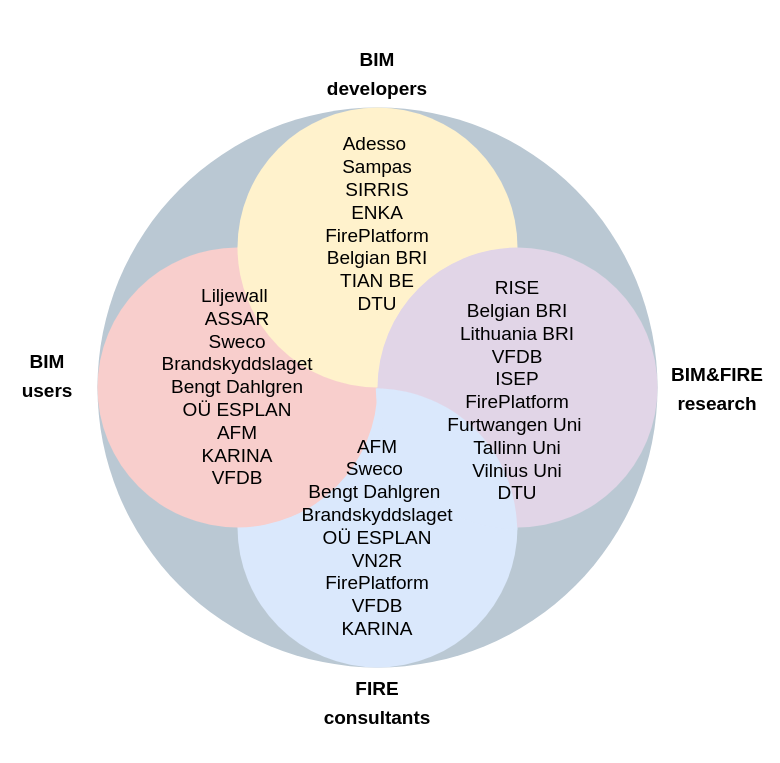
Above: diagram/Partners.drawio in Kristoffernegendahl/fireBIM (draw.io), before the change. Source tidied: cells renumbered, new cells numbered last; positions are measured from the earlier drawing's top-left corner, leaving out a move shared by most shapes. Both pictures are drawn from the tidied source at 100%, with x=0, y=0 at pixel (17, 57).
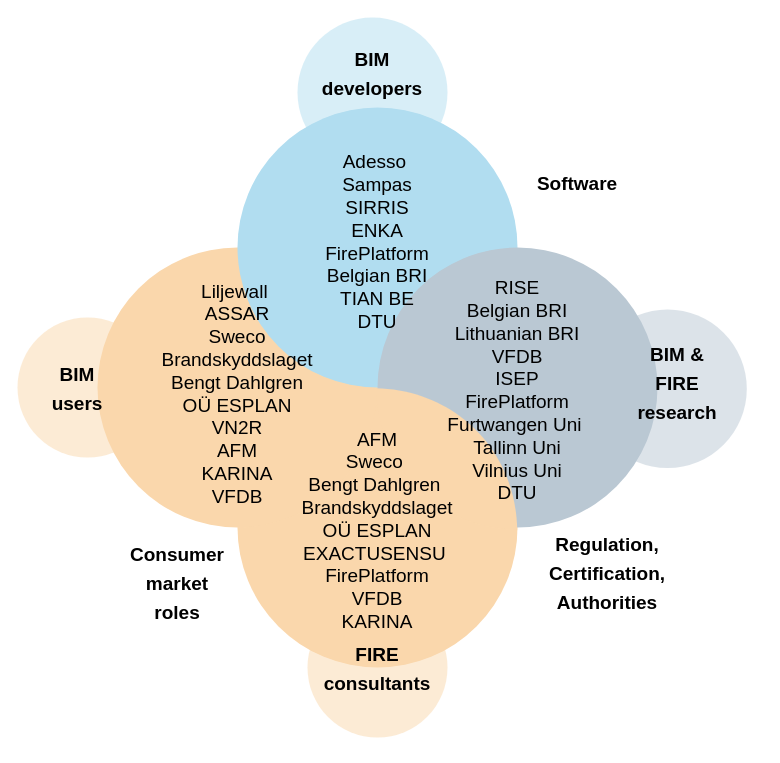
After the change.

What changed in the source:
```diff
@@
-    <mxCell id="2" style="ellipse;whiteSpace=wrap;html=1;fontSize=19;fillColor=#bac8d3;strokeColor=none;" parent="1" vertex="1">
-      <mxGeometry x="80" y="50" width="560" height="560" as="geometry" />
-    </mxCell>
+    <mxCell id="16" style="ellipse;whiteSpace=wrap;html=1;fontSize=19;strokeColor=none;fillColor=#fad7ac;gradientDirection=north;opacity=50;" parent="1" vertex="1">
+      <mxGeometry x="290" y="540" width="140" height="140" as="geometry" />
+    </mxCell>
+    <mxCell id="17" style="ellipse;whiteSpace=wrap;html=1;fontSize=19;strokeColor=none;fillColor=#b1ddf0;gradientDirection=north;opacity=50;" parent="1" vertex="1">
+      <mxGeometry x="280" y="-40" width="150" height="150" as="geometry" />
+    </mxCell>
+    <mxCell id="18" style="ellipse;whiteSpace=wrap;html=1;fontSize=19;strokeColor=none;fillColor=#fad7ac;gradientDirection=north;opacity=50;" parent="1" vertex="1">
+      <mxGeometry y="260" width="140" height="140" as="geometry" />
+    </mxCell>
+    <mxCell id="19" style="ellipse;whiteSpace=wrap;html=1;fontSize=19;strokeColor=none;fillColor=#bac8d3;gradientColor=none;gradientDirection=north;opacity=50;" parent="1" vertex="1">
+      <mxGeometry x="570.8" y="252" width="158.5" height="158.5" as="geometry" />
+    </mxCell>
-    <mxCell id="3" style="ellipse;whiteSpace=wrap;html=1;fillColor=#dae8fc;strokeColor=none;" parent="1" vertex="1">
+    <mxCell id="3" style="ellipse;whiteSpace=wrap;html=1;fillColor=#fad7ac;strokeColor=none;" parent="1" vertex="1">
       <mxGeometry x="220" y="330" width="280" height="280" as="geometry" />
     </mxCell>
-    <mxCell id="4" style="ellipse;whiteSpace=wrap;html=1;fillColor=#f8cecc;strokeColor=none;" parent="1" vertex="1">
+    <mxCell id="4" style="ellipse;whiteSpace=wrap;html=1;fillColor=#fad7ac;strokeColor=none;" parent="1" vertex="1">
       <mxGeometry x="80" y="190" width="280" height="280" as="geometry" />
     </mxCell>
-    <mxCell id="5" style="ellipse;whiteSpace=wrap;html=1;fillColor=#fff2cc;strokeColor=none;" parent="1" vertex="1">
+    <mxCell id="5" style="ellipse;whiteSpace=wrap;html=1;fillColor=#B1DDF0;strokeColor=none;" parent="1" vertex="1">
       <mxGeometry x="220" y="50" width="280" height="280" as="geometry" />
     </mxCell>
-    <mxCell id="6" style="ellipse;whiteSpace=wrap;html=1;fillColor=#e1d5e7;strokeColor=none;" parent="1" vertex="1">
+    <mxCell id="6" style="ellipse;whiteSpace=wrap;html=1;fillColor=#bac8d3;strokeColor=none;" parent="1" vertex="1">
       <mxGeometry x="360" y="190" width="280" height="280" as="geometry" />
     </mxCell>
-    <mxCell id="7" style="whiteSpace=wrap;html=1;shape=mxgraph.basic.pointed_oval;rotation=-45;strokeColor=none;fillColor=#dae8fc;" parent="1" vertex="1">
+    <mxCell id="7" style="whiteSpace=wrap;html=1;shape=mxgraph.basic.pointed_oval;rotation=-45;strokeColor=none;fillColor=#fad7ac;" parent="1" vertex="1">
       <mxGeometry x="374" y="301.5" width="110" height="200" as="geometry" />
     </mxCell>
     <mxCell id="8" value="&lt;h1&gt;&lt;font style=&quot;font-size: 19px&quot;&gt;BIM developers&lt;/font&gt;&lt;/h1&gt;" style="text;html=1;strokeColor=none;fillColor=none;align=center;verticalAlign=middle;whiteSpace=wrap;rounded=0;" parent="1" vertex="1">
-      <mxGeometry x="330" width="60" height="30" as="geometry" />
+      <mxGeometry x="325" width="60" height="30" as="geometry" />
     </mxCell>
     <mxCell id="9" value="&lt;h1&gt;&lt;font style=&quot;font-size: 19px&quot;&gt;FIRE consultants&lt;/font&gt;&lt;/h1&gt;" style="text;html=1;strokeColor=none;fillColor=none;align=center;verticalAlign=middle;whiteSpace=wrap;rounded=0;" parent="1" vertex="1">
-      <mxGeometry x="330" y="629" width="60" height="30" as="geometry" />
+      <mxGeometry x="330" y="595" width="60" height="30" as="geometry" />
     </mxCell>
-    <mxCell id="10" value="&lt;h1&gt;&lt;font style=&quot;font-size: 19px&quot;&gt;BIM&amp;amp;FIRE research&lt;/font&gt;&lt;/h1&gt;" style="text;html=1;strokeColor=none;fillColor=none;align=center;verticalAlign=middle;whiteSpace=wrap;rounded=0;" parent="1" vertex="1">
-      <mxGeometry x="670" y="315" width="60" height="30" as="geometry" />
+    <mxCell id="10" value="&lt;h1&gt;&lt;font style=&quot;font-size: 19px&quot;&gt;BIM &amp;amp; FIRE research&lt;/font&gt;&lt;/h1&gt;" style="text;html=1;strokeColor=none;fillColor=none;align=center;verticalAlign=middle;whiteSpace=wrap;rounded=0;" parent="1" vertex="1">
+      <mxGeometry x="630" y="310" width="60" height="30" as="geometry" />
     </mxCell>
     <mxCell id="11" value="&lt;h1&gt;&lt;font style=&quot;font-size: 19px&quot;&gt;BIM users&lt;/font&gt;&lt;/h1&gt;" style="text;html=1;strokeColor=none;fillColor=none;align=center;verticalAlign=middle;whiteSpace=wrap;rounded=0;" parent="1" vertex="1">
-      <mxGeometry y="301.5" width="60" height="30" as="geometry" />
+      <mxGeometry x="30" y="315" width="60" height="30" as="geometry" />
     </mxCell>
     <mxCell id="12" value="&lt;div&gt;Adesso&amp;nbsp;&lt;/div&gt;&lt;div&gt;Sampas&lt;/div&gt;&lt;div&gt;SIRRIS&lt;/div&gt;&lt;div&gt;&lt;span&gt;ENKA&lt;/span&gt;&lt;/div&gt;&lt;div&gt;FirePlatform&lt;/div&gt;&lt;div&gt;&lt;div&gt;&lt;span&gt;Belgian BRI&lt;/span&gt;&lt;br&gt;&lt;/div&gt;&lt;div&gt;&lt;span&gt;TIAN BE&lt;/span&gt;&lt;/div&gt;&lt;/div&gt;&lt;div&gt;&lt;span&gt;DTU&lt;/span&gt;&lt;/div&gt;" style="text;html=1;strokeColor=none;fillColor=none;align=center;verticalAlign=middle;whiteSpace=wrap;rounded=0;fontSize=19;" parent="1" vertex="1">
-      <mxGeometry x="270" y="82" width="180" height="170" as="geometry" />
+      <mxGeometry x="270" y="100" width="180" height="170" as="geometry" />
     </mxCell>
-    <mxCell id="13" value="RISE&lt;div&gt;&lt;span&gt;Belgian BRI&lt;/span&gt;&lt;br&gt;&lt;/div&gt;&lt;div&gt;Lithuania BRI&lt;span&gt;&lt;br&gt;&lt;/span&gt;&lt;/div&gt;&lt;div&gt;&lt;span&gt;VFDB&lt;/span&gt;&lt;/div&gt;&lt;div&gt;ISEP&lt;/div&gt;&lt;div&gt;&lt;span&gt;FirePlatform&lt;/span&gt;&lt;/div&gt;Furtwangen Uni&lt;span&gt;&amp;nbsp;&lt;/span&gt;&lt;br&gt;&lt;div&gt;Tallinn Uni&lt;/div&gt;&lt;div&gt;&lt;span&gt;Vilnius Uni&lt;/span&gt;&lt;br&gt;&lt;/div&gt;&lt;div&gt;DTU&lt;/div&gt;&lt;div&gt;&lt;span&gt;&lt;br&gt;&lt;/span&gt;&lt;/div&gt;" style="text;html=1;strokeColor=none;fillColor=none;align=center;verticalAlign=middle;whiteSpace=wrap;rounded=0;fontSize=19;" parent="1" vertex="1">
+    <mxCell id="13" value="RISE&lt;div&gt;&lt;span&gt;Belgian BRI&lt;/span&gt;&lt;br&gt;&lt;/div&gt;&lt;div&gt;Lithuanian BRI&lt;span&gt;&lt;br&gt;&lt;/span&gt;&lt;/div&gt;&lt;div&gt;&lt;span&gt;VFDB&lt;/span&gt;&lt;/div&gt;&lt;div&gt;ISEP&lt;/div&gt;&lt;div&gt;&lt;span&gt;FirePlatform&lt;/span&gt;&lt;/div&gt;Furtwangen Uni&lt;span&gt;&amp;nbsp;&lt;/span&gt;&lt;br&gt;&lt;div&gt;Tallinn Uni&lt;/div&gt;&lt;div&gt;&lt;span&gt;Vilnius Uni&lt;/span&gt;&lt;br&gt;&lt;/div&gt;&lt;div&gt;DTU&lt;/div&gt;&lt;div&gt;&lt;span&gt;&lt;br&gt;&lt;/span&gt;&lt;/div&gt;" style="text;html=1;strokeColor=none;fillColor=none;align=center;verticalAlign=middle;whiteSpace=wrap;rounded=0;fontSize=19;" parent="1" vertex="1">
       <mxGeometry x="410" y="260" width="180" height="170" as="geometry" />
     </mxCell>
-    <mxCell id="14" value="&lt;div&gt;AFM&lt;/div&gt;&lt;div&gt;Sweco&amp;nbsp;&lt;/div&gt;&lt;div&gt;Bengt Dahlgren&amp;nbsp;&lt;/div&gt;&lt;div&gt;Brandskyddslaget&lt;/div&gt;&lt;div&gt;&lt;span&gt;OÜ ESPLAN&lt;/span&gt;&lt;/div&gt;&lt;div&gt;VN2R&lt;/div&gt;&lt;div&gt;FirePlatform&lt;/div&gt;&lt;div&gt;VFDB&lt;/div&gt;&lt;div&gt;KARINA&lt;br&gt;&lt;/div&gt;&lt;div&gt;&lt;br&gt;&lt;/div&gt;" style="text;html=1;strokeColor=none;fillColor=none;align=center;verticalAlign=middle;whiteSpace=wrap;rounded=0;fontSize=19;" parent="1" vertex="1">
-      <mxGeometry x="270" y="407" width="180" height="170" as="geometry" />
+    <mxCell id="14" value="&lt;div&gt;AFM&lt;/div&gt;&lt;div&gt;Sweco&amp;nbsp;&lt;/div&gt;&lt;div&gt;Bengt Dahlgren&amp;nbsp;&lt;/div&gt;&lt;div&gt;Brandskyddslaget&lt;/div&gt;&lt;div&gt;&lt;span&gt;OÜ ESPLAN&lt;/span&gt;&lt;/div&gt;EXACTUSENSU&amp;nbsp;&lt;br&gt;&lt;div&gt;FirePlatform&lt;/div&gt;&lt;div&gt;VFDB&lt;/div&gt;&lt;div&gt;KARINA&lt;br&gt;&lt;/div&gt;&lt;div&gt;&lt;br&gt;&lt;/div&gt;" style="text;html=1;strokeColor=none;fillColor=none;align=center;verticalAlign=middle;whiteSpace=wrap;rounded=0;fontSize=19;" parent="1" vertex="1">
+      <mxGeometry x="270" y="400" width="180" height="170" as="geometry" />
     </mxCell>
-    <mxCell id="15" value="&lt;div&gt;&lt;div&gt;Liljewall&amp;nbsp;&lt;/div&gt;&lt;div&gt;ASSAR&lt;/div&gt;&lt;/div&gt;&lt;div&gt;Sweco&lt;/div&gt;&lt;div&gt;Brandskyddslaget&lt;br&gt;&lt;/div&gt;&lt;div&gt;Bengt Dahlgren&lt;/div&gt;&lt;div&gt;OÜ ESPLAN&lt;br&gt;&lt;/div&gt;&lt;div&gt;AFM&lt;/div&gt;&lt;div&gt;KARINA&lt;/div&gt;&lt;div&gt;VFDB&lt;br&gt;&lt;/div&gt;" style="text;html=1;strokeColor=none;fillColor=none;align=center;verticalAlign=middle;whiteSpace=wrap;rounded=0;fontSize=19;" parent="1" vertex="1">
-      <mxGeometry x="130" y="245" width="180" height="170" as="geometry" />
+    <mxCell id="15" value="&lt;div&gt;&lt;div&gt;Liljewall&amp;nbsp;&lt;/div&gt;&lt;div&gt;ASSAR&lt;/div&gt;&lt;/div&gt;&lt;div&gt;Sweco&lt;/div&gt;&lt;div&gt;Brandskyddslaget&lt;br&gt;&lt;/div&gt;&lt;div&gt;Bengt Dahlgren&lt;/div&gt;&lt;div&gt;OÜ ESPLAN&lt;br&gt;&lt;/div&gt;&lt;div&gt;VN2R&lt;br&gt;&lt;/div&gt;&lt;div&gt;AFM&lt;/div&gt;&lt;div&gt;KARINA&lt;/div&gt;&lt;div&gt;VFDB&lt;br&gt;&lt;/div&gt;" style="text;html=1;strokeColor=none;fillColor=none;align=center;verticalAlign=middle;whiteSpace=wrap;rounded=0;fontSize=19;" parent="1" vertex="1">
+      <mxGeometry x="130" y="252" width="180" height="170" as="geometry" />
     </mxCell>
+    <mxCell id="20" value="&lt;h1&gt;&lt;font style=&quot;font-size: 19px&quot;&gt;Consumer market roles&lt;/font&gt;&lt;/h1&gt;" style="text;html=1;strokeColor=none;fillColor=none;align=center;verticalAlign=middle;whiteSpace=wrap;rounded=0;fontStyle=0;" parent="1" vertex="1">
+      <mxGeometry x="130" y="510" width="60" height="30" as="geometry" />
+    </mxCell>
+    <mxCell id="21" value="&lt;h1&gt;&lt;font style=&quot;font-size: 19px&quot;&gt;Software&lt;/font&gt;&lt;/h1&gt;" style="text;html=1;strokeColor=none;fillColor=none;align=center;verticalAlign=middle;whiteSpace=wrap;rounded=0;" parent="1" vertex="1">
+      <mxGeometry x="530" y="110" width="60" height="30" as="geometry" />
+    </mxCell>
+    <mxCell id="22" value="&lt;h1&gt;&lt;font style=&quot;font-size: 19px&quot;&gt;Regulation, Certification, Authorities&lt;/font&gt;&lt;/h1&gt;" style="text;html=1;strokeColor=none;fillColor=none;align=center;verticalAlign=middle;whiteSpace=wrap;rounded=0;" parent="1" vertex="1">
+      <mxGeometry x="560" y="500" width="60" height="30" as="geometry" />
+    </mxCell>
```
